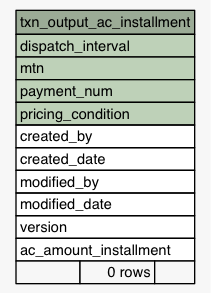
Before: Data/settlement/diagrams/summary/txn_output_ac_installment.1degree.png, a diagram exported from Graphviz (eyana-m/python-data-dictionary-writer). Its source is kept beside it as Data/settlement/diagrams/summary/txn_output_ac_installment.1degree.dot.
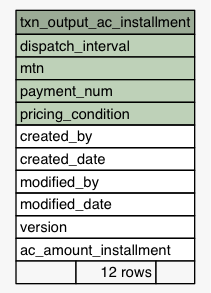
After the commit.

The edit, as a diff of the source:
```diff
@@ -29,7 +29,7 @@
       <TR><TD PORT="modified_date" COLSPAN="3" ALIGN="LEFT">modified_date</TD></TR>
       <TR><TD PORT="version" COLSPAN="3" ALIGN="LEFT">version</TD></TR>
       <TR><TD PORT="ac_amount_installment" COLSPAN="3" ALIGN="LEFT">ac_amount_installment</TD></TR>
-      <TR><TD ALIGN="LEFT" BGCOLOR="#f7f7f7">  </TD><TD ALIGN="RIGHT" BGCOLOR="#f7f7f7">0 rows</TD><TD ALIGN="RIGHT" BGCOLOR="#f7f7f7">  </TD></TR>
+      <TR><TD ALIGN="LEFT" BGCOLOR="#f7f7f7">  </TD><TD ALIGN="RIGHT" BGCOLOR="#f7f7f7">12 rows</TD><TD ALIGN="RIGHT" BGCOLOR="#f7f7f7">  </TD></TR>
     </TABLE>>
     URL="tables/txn_output_ac_installment.html"
     tooltip="txn_output_ac_installment"
```
